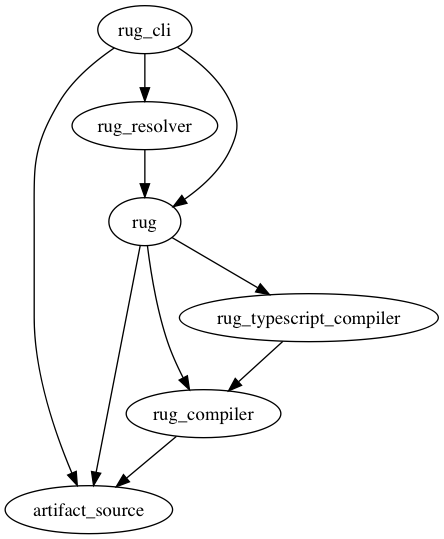
jessitron/org-dep-graph keeps this Graphviz diagram as atomist.png. Above is the earlier version. Its source is kept beside it as atomist.dot.
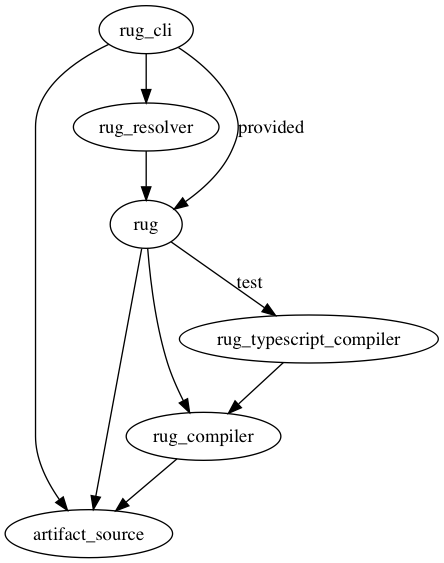
The same diagram one commit later.

What changed in the source:
```diff
@@ -1,10 +1,10 @@
 digraph atomist {
 rug_cli -> artifact_source;
 rug_cli -> rug_resolver;
-rug_cli -> rug;
+rug_cli -> rug [label="provided"];
 rug -> artifact_source;
 rug -> rug_compiler;
-rug -> rug_typescript_compiler;
+rug -> rug_typescript_compiler [label="test"];
 rug_resolver -> rug;
 rug_typescript_compiler -> rug_compiler;
 rug_compiler -> artifact_source;
```
